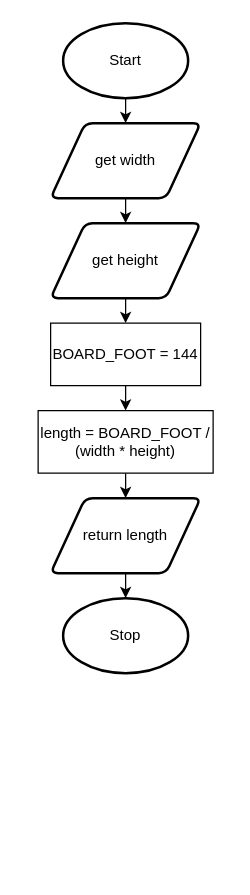
Aidan-Lalonde-Novales/ics4u-unit1-06-typescript keeps this draw.io diagram as drawio/flowchart.drawio. Above is the earlier version. Source tidied: cells renumbered, new cells numbered last; positions are measured from the earlier drawing's top-left corner, leaving out a move shared by most shapes. Both pictures are drawn from the tidied source at 125%, with x=0, y=0 at pixel (38, 22).
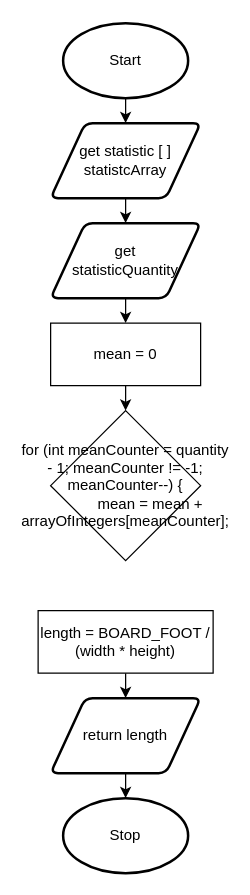
Above is the later version.

The edit, as a diff of the source:
```diff
@@
 <mxGraphModel>
   <root>
     <mxCell id="0" />
     <mxCell id="1" parent="0" />
     <mxCell id="2" style="edgeStyle=none;html=1;exitX=0.5;exitY=1;exitDx=0;exitDy=0;exitPerimeter=0;entryX=0.5;entryY=0;entryDx=0;entryDy=0;" parent="1" edge="1" source="3" target="5">
       <mxGeometry relative="1" as="geometry" />
     </mxCell>
     <mxCell id="3" value="Start" style="strokeWidth=2;html=1;shape=mxgraph.flowchart.start_1;whiteSpace=wrap;" parent="1" vertex="1">
       <mxGeometry x="20" width="100" height="60" as="geometry" />
     </mxCell>
     <mxCell id="4" style="edgeStyle=none;html=1;exitX=0.5;exitY=1;exitDx=0;exitDy=0;entryX=0.5;entryY=0;entryDx=0;entryDy=0;" parent="1" edge="1" source="5" target="13">
       <mxGeometry relative="1" as="geometry" />
     </mxCell>
-    <mxCell id="5" value="get width" style="shape=parallelogram;html=1;strokeWidth=2;perimeter=parallelogramPerimeter;whiteSpace=wrap;rounded=1;arcSize=12;size=0.23;" parent="1" vertex="1">
+    <mxCell id="5" value="get statistic [ ] statistcArray" style="shape=parallelogram;html=1;strokeWidth=2;perimeter=parallelogramPerimeter;whiteSpace=wrap;rounded=1;arcSize=12;size=0.23;" parent="1" vertex="1">
       <mxGeometry x="10" y="80" width="120" height="60" as="geometry" />
     </mxCell>
     <mxCell id="6" value="Stop" style="strokeWidth=2;html=1;shape=mxgraph.flowchart.start_1;whiteSpace=wrap;" parent="1" vertex="1">
-      <mxGeometry x="20" y="460" width="100" height="60" as="geometry" />
+      <mxGeometry x="20" y="620" width="100" height="60" as="geometry" />
     </mxCell>
     <mxCell id="7" style="edgeStyle=none;html=1;exitX=0.5;exitY=1;exitDx=0;exitDy=0;entryX=0.5;entryY=0;entryDx=0;entryDy=0;" parent="1" edge="1" source="8" target="10">
       <mxGeometry relative="1" as="geometry" />
     </mxCell>
     <mxCell id="8" value="length = BOARD_FOOT / (width * height)" style="rounded=0;whiteSpace=wrap;html=1;" parent="1" vertex="1">
-      <mxGeometry y="310" width="140" height="50" as="geometry" />
+      <mxGeometry y="470" width="140" height="50" as="geometry" />
     </mxCell>
     <mxCell id="9" style="edgeStyle=none;html=1;exitX=0.5;exitY=1;exitDx=0;exitDy=0;entryX=0.5;entryY=0;entryDx=0;entryDy=0;entryPerimeter=0;" parent="1" edge="1" source="10" target="6">
       <mxGeometry relative="1" as="geometry" />
     </mxCell>
     <mxCell id="10" value="return length" style="shape=parallelogram;html=1;strokeWidth=2;perimeter=parallelogramPerimeter;whiteSpace=wrap;rounded=1;arcSize=12;size=0.23;" parent="1" vertex="1">
-      <mxGeometry x="10" y="380" width="120" height="60" as="geometry" />
+      <mxGeometry x="10" y="540" width="120" height="60" as="geometry" />
     </mxCell>
-    <mxCell id="11" style="edgeStyle=none;html=1;exitX=0.5;exitY=1;exitDx=0;exitDy=0;entryX=0.5;entryY=0;entryDx=0;entryDy=0;" parent="1" edge="1" target="8">
-      <mxGeometry relative="1" as="geometry">
-        <mxPoint x="70" y="290" as="sourcePoint" />
-      </mxGeometry>
-    </mxCell>
     <mxCell id="12" style="edgeStyle=none;html=1;exitX=0.5;exitY=1;exitDx=0;exitDy=0;entryX=0.5;entryY=0;entryDx=0;entryDy=0;" parent="1" edge="1" source="13" target="14">
       <mxGeometry relative="1" as="geometry" />
     </mxCell>
-    <mxCell id="13" value="get height" style="shape=parallelogram;html=1;strokeWidth=2;perimeter=parallelogramPerimeter;whiteSpace=wrap;rounded=1;arcSize=12;size=0.23;" parent="1" vertex="1">
+    <mxCell id="13" value="get &lt;br&gt;statisticQuantity" style="shape=parallelogram;html=1;strokeWidth=2;perimeter=parallelogramPerimeter;whiteSpace=wrap;rounded=1;arcSize=12;size=0.23;" parent="1" vertex="1">
       <mxGeometry x="10" y="160" width="120" height="60" as="geometry" />
     </mxCell>
+    <mxCell id="15" style="edgeStyle=none;html=1;exitX=0.5;exitY=1;exitDx=0;exitDy=0;entryX=0.5;entryY=0;entryDx=0;entryDy=0;" parent="1" edge="1" source="14" target="16">
+      <mxGeometry relative="1" as="geometry" />
+    </mxCell>
-    <mxCell id="14" value="BOARD_FOOT = 144" style="rounded=0;whiteSpace=wrap;html=1;" parent="1" vertex="1">
+    <mxCell id="14" value="mean = 0" style="rounded=0;whiteSpace=wrap;html=1;" parent="1" vertex="1">
       <mxGeometry x="10" y="240" width="120" height="50" as="geometry" />
     </mxCell>
+    <mxCell id="16" value="&lt;div&gt;for (int meanCounter = quantity - 1; meanCounter != -1; meanCounter--) {&lt;/div&gt;&lt;div&gt;&amp;nbsp; &amp;nbsp; &amp;nbsp; &amp;nbsp; &amp;nbsp; &amp;nbsp; mean = mean + arrayOfIntegers[meanCounter];&lt;/div&gt;" style="rhombus;whiteSpace=wrap;html=1;" parent="1" vertex="1">
+      <mxGeometry x="10" y="310" width="120" height="120" as="geometry" />
+    </mxCell>
   </root>
 </mxGraphModel>
```
